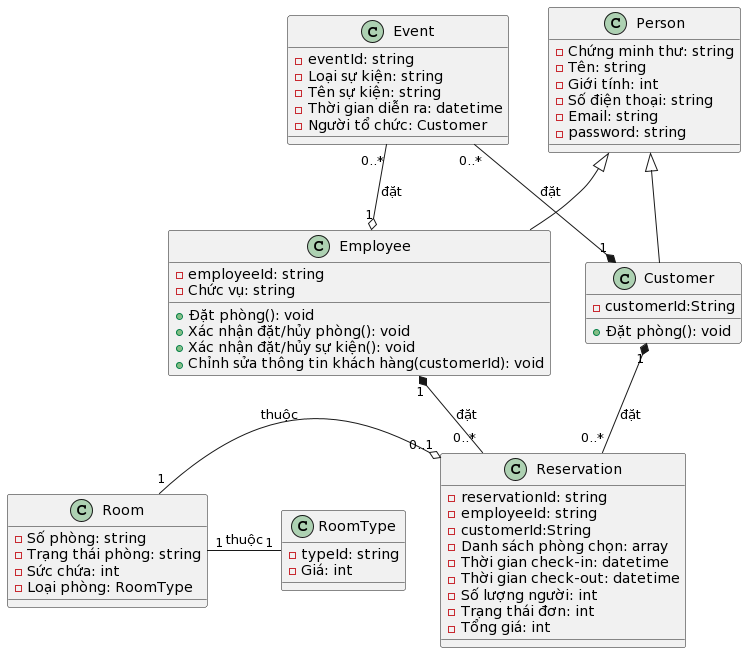
This is Lab 1/Lab 1.2/class diagram/class diagram.png from KhanhDo2604/SE357-Pratice-class, a PlantUML export, as it was before one commit.
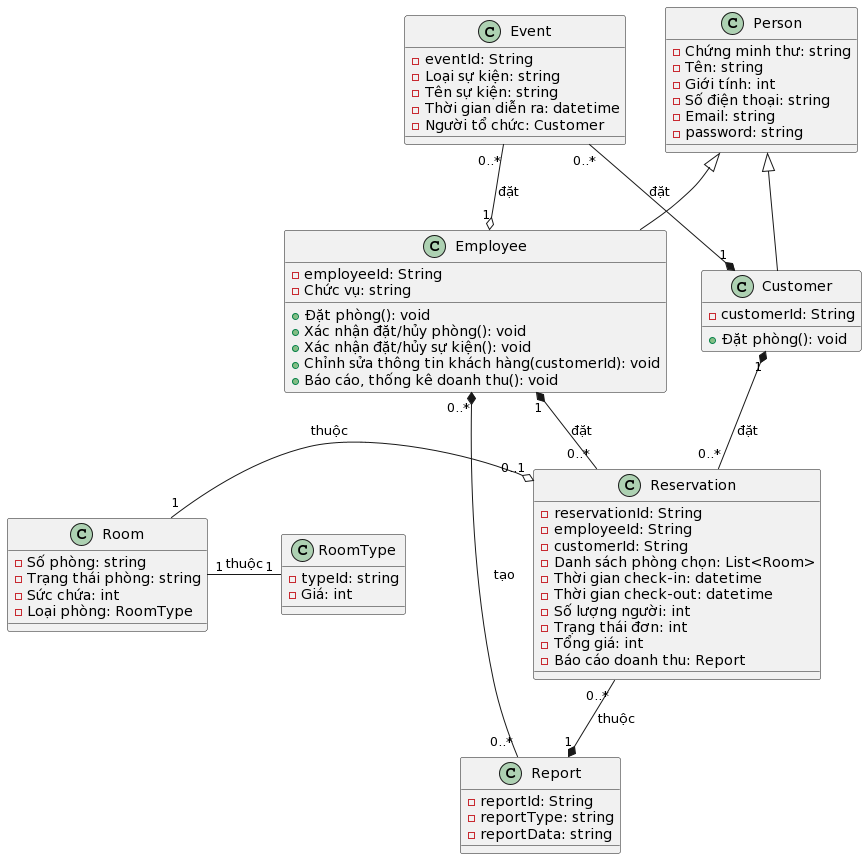
After the change.

Commit message:
Thêm chức năng báo cáo, thống kê

Change to the diagram source:
```diff
@@ -9,21 +9,22 @@
 }
 
 class Customer {
-  -customerId:String
+  -customerId: String
   +Đặt phòng(): void
 }
 
 class Employee {
-  -employeeId: string
+  -employeeId: String
   -Chức vụ: string
   +Đặt phòng(): void
   +Xác nhận đặt/hủy phòng(): void
   +Xác nhận đặt/hủy sự kiện(): void
   +Chỉnh sửa thông tin khách hàng(customerId): void
+  +Báo cáo, thống kê doanh thu(): void
 }
 
 class Event {
-  -eventId: string
+  -eventId: String
   -Loại sự kiện: string
   -Tên sự kiện: string
   -Thời gian diễn ra: datetime
@@ -43,15 +44,22 @@
 }
 
 class Reservation {
-  -reservationId: string
-  -employeeId: string
-  -customerId:String
-  -Danh sách phòng chọn: array
+  -reservationId: String
+  -employeeId: String
+  -customerId: String
+  -Danh sách phòng chọn: List<Room>
   -Thời gian check-in: datetime
   -Thời gian check-out: datetime
   -Số lượng người: int
   -Trạng thái đơn: int
   -Tổng giá: int
+  -Báo cáo doanh thu: Report
+}
+
+class Report {
+  -reportId: String
+  -reportType: string
+  -reportData: string
 }
 
 Person <|-- Employee
@@ -62,4 +70,6 @@
 Room "1" - "1" RoomType: thuộc
 Event "0..*" --* "1" Customer: đặt
 Event "0..*" -o "1" Employee: đặt
+Employee "0..*" *-- "0..*" Report: tạo
+Reservation "0..*" --* "1" Report: thuộc
 @enduml
```
